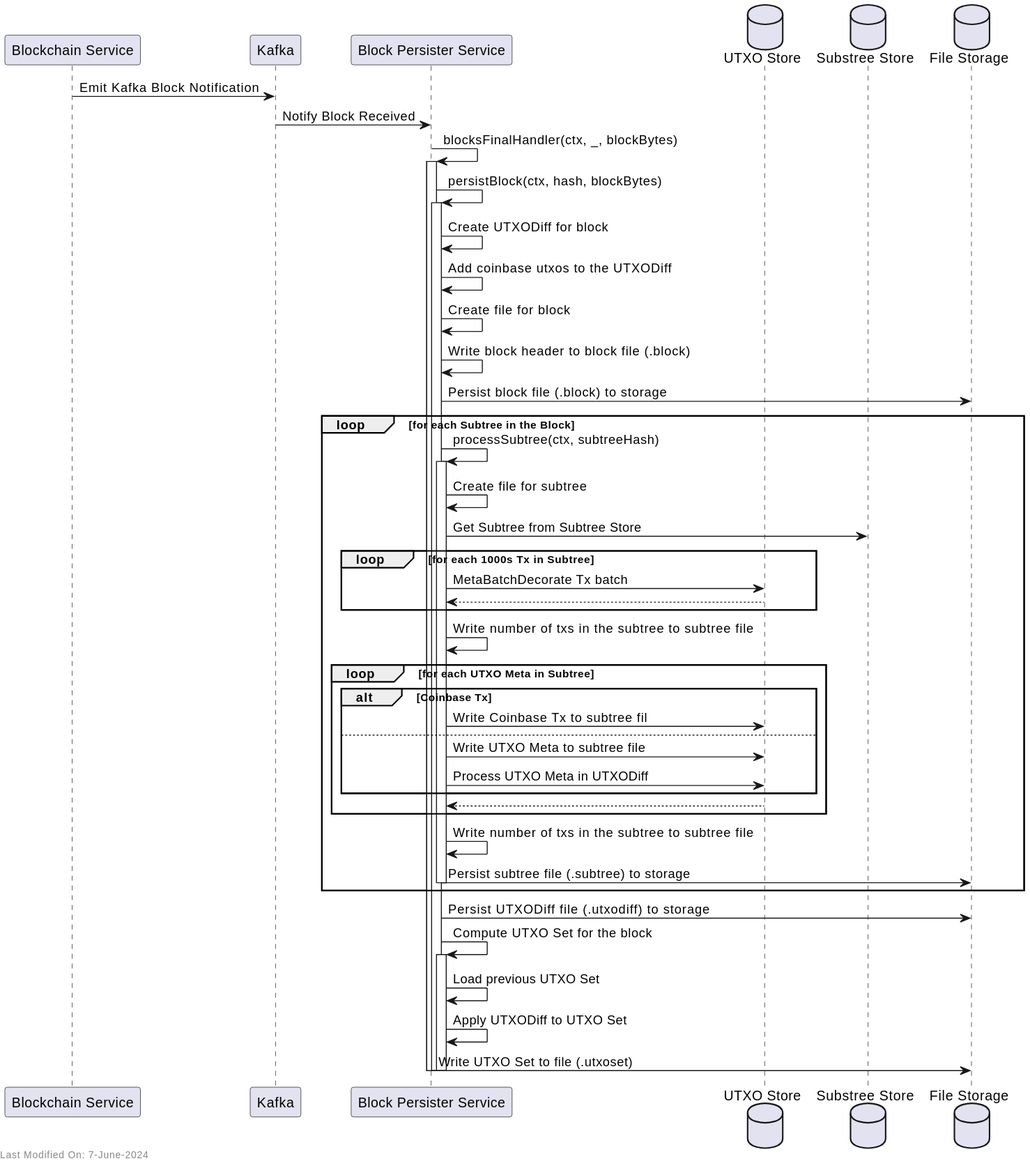
Earlier version of the PlantUML export docs/services/img/plantuml/blockpersister/block_persister_receive_new_blocks_subtrees.svg (freemans13/teranode). Its source is kept beside it as docs/services/img/plantuml/blockpersister/block_persister_receive_new_blocks_subtrees.puml.
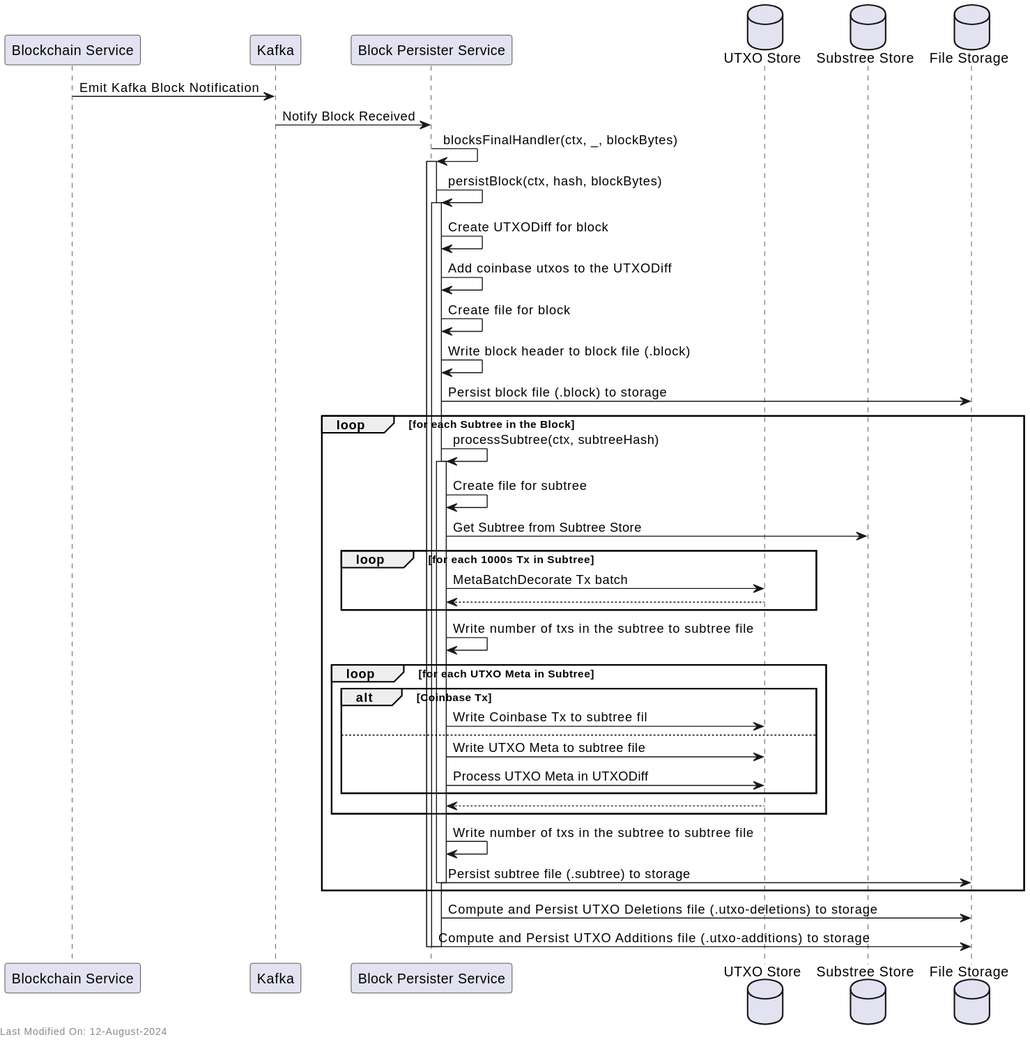
After the change.

Commit message:
Documentation - Amendments to the Block Persister documentation, following recent changes.

Diff of the diagram source:
```diff
@@ -49,20 +49,16 @@
     deactivate BlockPersister
 end
 
-BlockPersister -> FileStorage: Persist UTXODiff file  (.utxodiff) to storage
+BlockPersister -> FileStorage: Compute and Persist UTXO Deletions file  (.utxo-deletions) to storage
 
-BlockPersister -> BlockPersister: Compute UTXO Set for the block
-activate BlockPersister
-BlockPersister -> BlockPersister: Load previous UTXO Set
-BlockPersister -> BlockPersister: Apply UTXODiff to UTXO Set
-BlockPersister -> FileStorage: Write UTXO Set to file (.utxoset)
-deactivate BlockPersister
+BlockPersister -> FileStorage: Compute and Persist UTXO Additions file  (.utxo-additions) to storage
+
 
 
 deactivate BlockPersister
 deactivate BlockPersister
 
 
-left footer Last Modified On: 7-June-2024
+left footer Last Modified On: 12-August-2024
 
 @enduml
```
